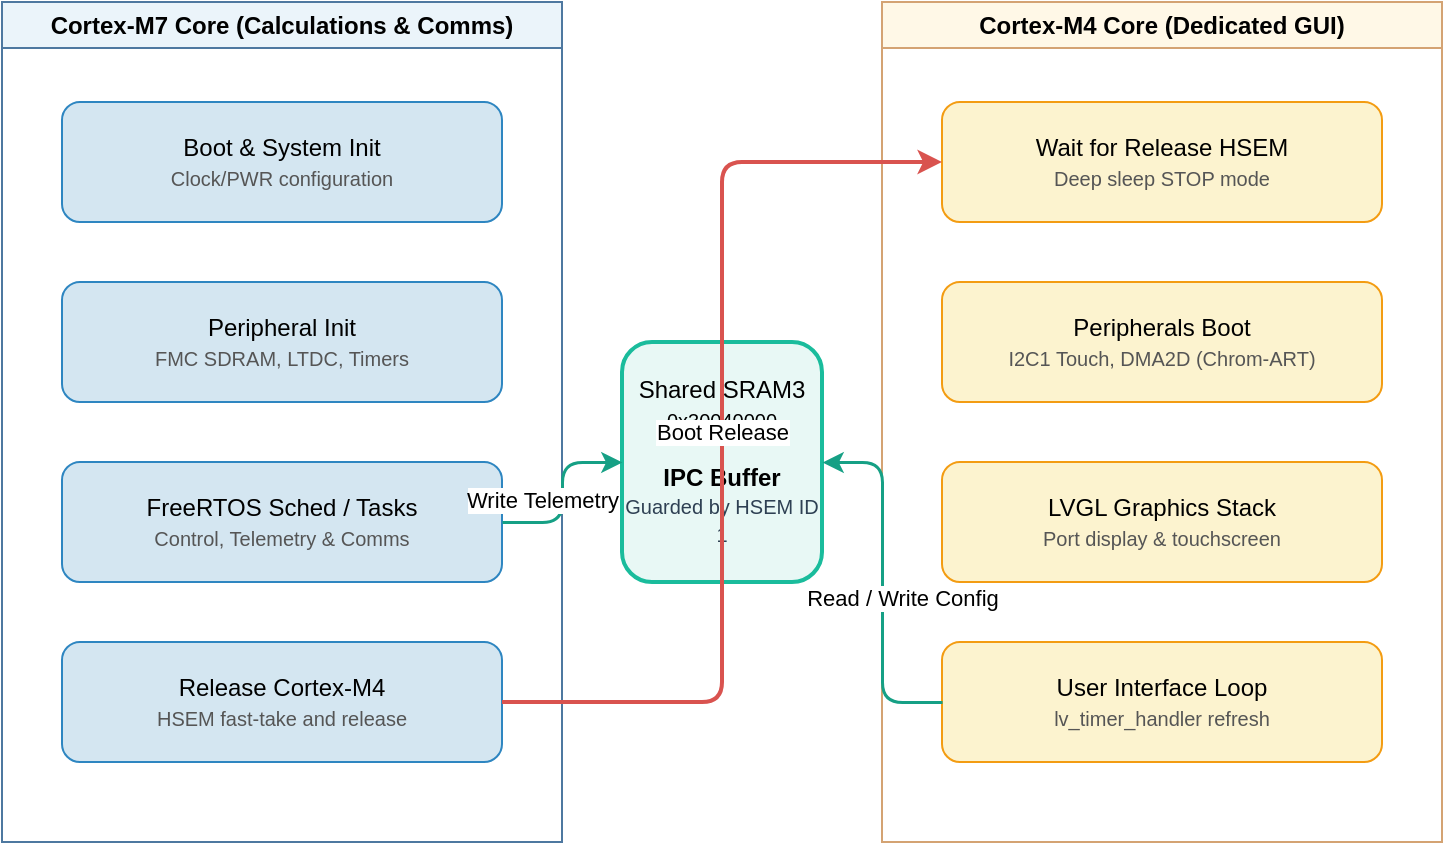
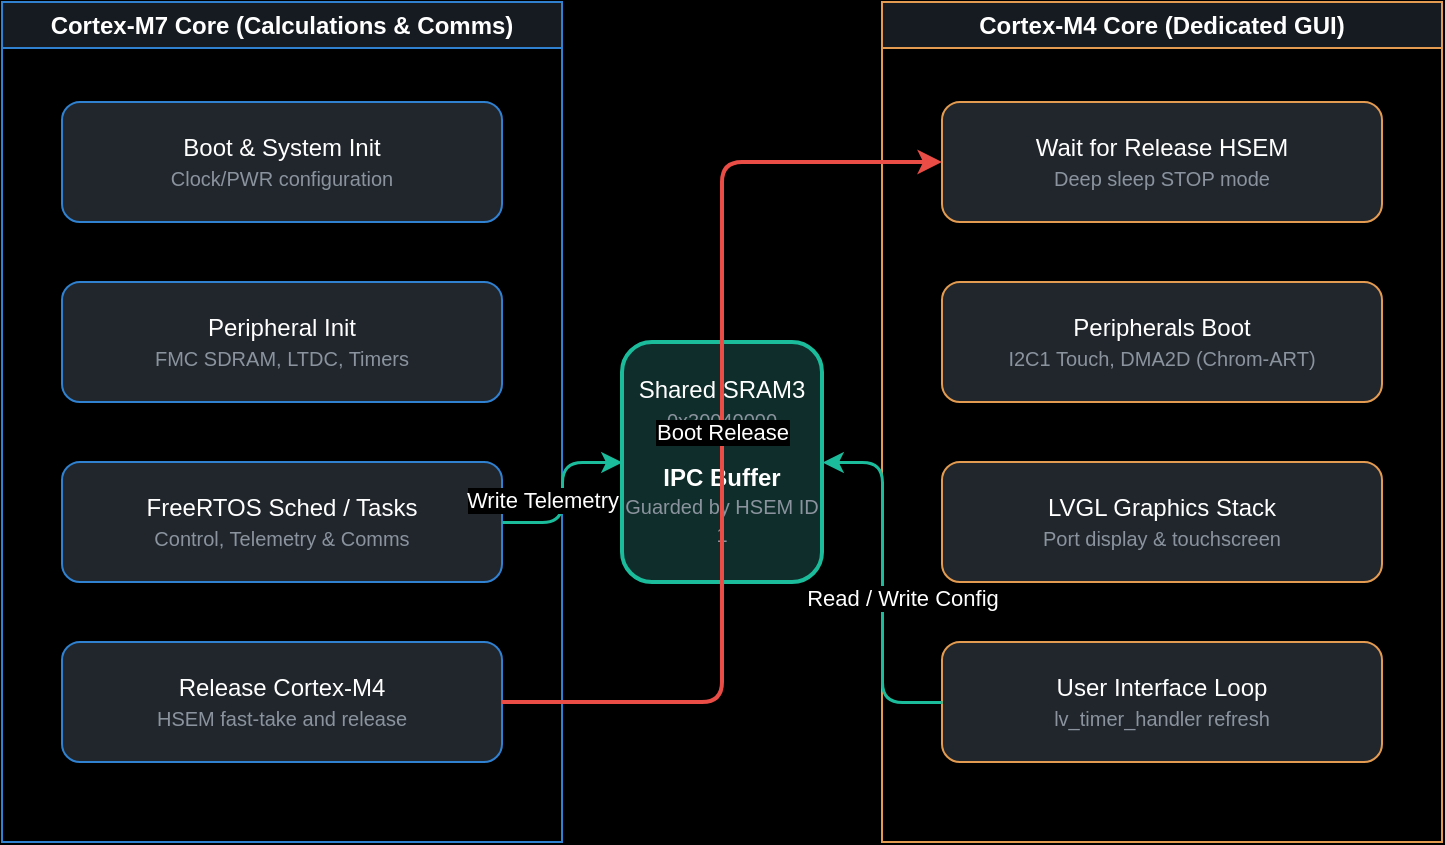
- <mxfile host="Electron" modified="2026-07-02T06:16:00.000Z" agent="5.0" version="20.0.0" type="device">
+ <mxfile host="Electron" modified="2026-07-02T06:17:00.000Z" agent="5.0" version="20.0.0" type="device">
  <diagram id="diag_1" name="STM32H757 Dual-Core Template Architecture">
-     <mxGraphModel dx="1182" dy="725" grid="1" gridSize="10" guides="1" tooltips="1" connect="1" arrows="1" fold="1" page="1" pageScale="1" pageWidth="827" pageHeight="1169" math="0" shadow="0">
+     <mxGraphModel dx="1182" dy="725" grid="1" gridSize="10" guides="1" tooltips="1" connect="1" arrows="1" fold="1" page="1" pageScale="1" pageWidth="827" pageHeight="1169" math="0" shadow="0" background="#000000">
      <root>
        <mxCell id="0" />
        <mxCell id="1" parent="0" />

        <!-- Cortex-M7 swimlane -->
-         <mxCell id="2" value="Cortex-M7 Core (Calculations &amp; Comms)" style="swimlane;whiteSpace=wrap;html=1;startSize=23;fillColor=#EBF4FA;strokeColor=#4E78A0;fontStyle=1;align=center;" vertex="1" parent="1">
+         <mxCell id="2" value="Cortex-M7 Core (Calculations &amp; Comms)" style="swimlane;whiteSpace=wrap;html=1;startSize=23;fillColor=#161B22;strokeColor=#3081D0;fontColor=#FFFFFF;fontStyle=1;align=center;" vertex="1" parent="1">
          <mxGeometry x="40" y="80" width="280" height="420" as="geometry" />
        </mxCell>

-         <mxCell id="5" value="Boot &amp; System Init&lt;br&gt;&lt;font size=&quot;1&quot; color=&quot;#555555&quot;&gt;Clock/PWR configuration&lt;/font&gt;" style="rounded=1;whiteSpace=wrap;html=1;fillColor=#D4E6F1;strokeColor=#2E86C1;align=center;" vertex="1" parent="2">
+         <mxCell id="5" value="Boot &amp; System Init&lt;br&gt;&lt;font size=&quot;1&quot; color=&quot;#8B949E&quot;&gt;Clock/PWR configuration&lt;/font&gt;" style="rounded=1;whiteSpace=wrap;html=1;fillColor=#21262D;strokeColor=#3081D0;fontColor=#FFFFFF;align=center;" vertex="1" parent="2">
          <mxGeometry x="30" y="50" width="220" height="60" as="geometry" />
        </mxCell>

-         <mxCell id="6" value="Peripheral Init&lt;br&gt;&lt;font size=&quot;1&quot; color=&quot;#555555&quot;&gt;FMC SDRAM, LTDC, Timers&lt;/font&gt;" style="rounded=1;whiteSpace=wrap;html=1;fillColor=#D4E6F1;strokeColor=#2E86C1;align=center;" vertex="1" parent="2">
+         <mxCell id="6" value="Peripheral Init&lt;br&gt;&lt;font size=&quot;1&quot; color=&quot;#8B949E&quot;&gt;FMC SDRAM, LTDC, Timers&lt;/font&gt;" style="rounded=1;whiteSpace=wrap;html=1;fillColor=#21262D;strokeColor=#3081D0;fontColor=#FFFFFF;align=center;" vertex="1" parent="2">
          <mxGeometry x="30" y="140" width="220" height="60" as="geometry" />
        </mxCell>

-         <mxCell id="7" value="FreeRTOS Sched / Tasks&lt;br&gt;&lt;font size=&quot;1&quot; color=&quot;#555555&quot;&gt;Control, Telemetry &amp; Comms&lt;/font&gt;" style="rounded=1;whiteSpace=wrap;html=1;fillColor=#D4E6F1;strokeColor=#2E86C1;align=center;" vertex="1" parent="2">
+         <mxCell id="7" value="FreeRTOS Sched / Tasks&lt;br&gt;&lt;font size=&quot;1&quot; color=&quot;#8B949E&quot;&gt;Control, Telemetry &amp; Comms&lt;/font&gt;" style="rounded=1;whiteSpace=wrap;html=1;fillColor=#21262D;strokeColor=#3081D0;fontColor=#FFFFFF;align=center;" vertex="1" parent="2">
          <mxGeometry x="30" y="230" width="220" height="60" as="geometry" />
        </mxCell>

-         <mxCell id="8" value="Release Cortex-M4&lt;br&gt;&lt;font size=&quot;1&quot; color=&quot;#555555&quot;&gt;HSEM fast-take and release&lt;/font&gt;" style="rounded=1;whiteSpace=wrap;html=1;fillColor=#D4E6F1;strokeColor=#2E86C1;align=center;" vertex="1" parent="2">
+         <mxCell id="8" value="Release Cortex-M4&lt;br&gt;&lt;font size=&quot;1&quot; color=&quot;#8B949E&quot;&gt;HSEM fast-take and release&lt;/font&gt;" style="rounded=1;whiteSpace=wrap;html=1;fillColor=#21262D;strokeColor=#3081D0;fontColor=#FFFFFF;align=center;" vertex="1" parent="2">
          <mxGeometry x="30" y="320" width="220" height="60" as="geometry" />
        </mxCell>

        <!-- Cortex-M4 swimlane -->
-         <mxCell id="3" value="Cortex-M4 Core (Dedicated GUI)" style="swimlane;whiteSpace=wrap;html=1;startSize=23;fillColor=#FFF8E7;strokeColor=#D4A373;fontStyle=1;align=center;" vertex="1" parent="1">
+         <mxCell id="3" value="Cortex-M4 Core (Dedicated GUI)" style="swimlane;whiteSpace=wrap;html=1;startSize=23;fillColor=#161B22;strokeColor=#E39B51;fontColor=#FFFFFF;fontStyle=1;align=center;" vertex="1" parent="1">
          <mxGeometry x="480" y="80" width="280" height="420" as="geometry" />
        </mxCell>

-         <mxCell id="9" value="Wait for Release HSEM&lt;br&gt;&lt;font size=&quot;1&quot; color=&quot;#555555&quot;&gt;Deep sleep STOP mode&lt;/font&gt;" style="rounded=1;whiteSpace=wrap;html=1;fillColor=#FCF3CF;strokeColor=#F39C12;align=center;" vertex="1" parent="3">
+         <mxCell id="9" value="Wait for Release HSEM&lt;br&gt;&lt;font size=&quot;1&quot; color=&quot;#8B949E&quot;&gt;Deep sleep STOP mode&lt;/font&gt;" style="rounded=1;whiteSpace=wrap;html=1;fillColor=#21262D;strokeColor=#E39B51;fontColor=#FFFFFF;align=center;" vertex="1" parent="3">
          <mxGeometry x="30" y="50" width="220" height="60" as="geometry" />
        </mxCell>

-         <mxCell id="10" value="Peripherals Boot&lt;br&gt;&lt;font size=&quot;1&quot; color=&quot;#555555&quot;&gt;I2C1 Touch, DMA2D (Chrom-ART)&lt;/font&gt;" style="rounded=1;whiteSpace=wrap;html=1;fillColor=#FCF3CF;strokeColor=#F39C12;align=center;" vertex="1" parent="3">
+         <mxCell id="10" value="Peripherals Boot&lt;br&gt;&lt;font size=&quot;1&quot; color=&quot;#8B949E&quot;&gt;I2C1 Touch, DMA2D (Chrom-ART)&lt;/font&gt;" style="rounded=1;whiteSpace=wrap;html=1;fillColor=#21262D;strokeColor=#E39B51;fontColor=#FFFFFF;align=center;" vertex="1" parent="3">
          <mxGeometry x="30" y="140" width="220" height="60" as="geometry" />
        </mxCell>

-         <mxCell id="11" value="LVGL Graphics Stack&lt;br&gt;&lt;font size=&quot;1&quot; color=&quot;#555555&quot;&gt;Port display &amp; touchscreen&lt;/font&gt;" style="rounded=1;whiteSpace=wrap;html=1;fillColor=#FCF3CF;strokeColor=#F39C12;align=center;" vertex="1" parent="3">
+         <mxCell id="11" value="LVGL Graphics Stack&lt;br&gt;&lt;font size=&quot;1&quot; color=&quot;#8B949E&quot;&gt;Port display &amp; touchscreen&lt;/font&gt;" style="rounded=1;whiteSpace=wrap;html=1;fillColor=#21262D;strokeColor=#E39B51;fontColor=#FFFFFF;align=center;" vertex="1" parent="3">
          <mxGeometry x="30" y="230" width="220" height="60" as="geometry" />
        </mxCell>

-         <mxCell id="12" value="User Interface Loop&lt;br&gt;&lt;font size=&quot;1&quot; color=&quot;#555555&quot;&gt;lv_timer_handler refresh&lt;/font&gt;" style="rounded=1;whiteSpace=wrap;html=1;fillColor=#FCF3CF;strokeColor=#F39C12;align=center;" vertex="1" parent="3">
+         <mxCell id="12" value="User Interface Loop&lt;br&gt;&lt;font size=&quot;1&quot; color=&quot;#8B949E&quot;&gt;lv_timer_handler refresh&lt;/font&gt;" style="rounded=1;whiteSpace=wrap;html=1;fillColor=#21262D;strokeColor=#E39B51;fontColor=#FFFFFF;align=center;" vertex="1" parent="3">
          <mxGeometry x="30" y="320" width="220" height="60" as="geometry" />
        </mxCell>

        <!-- Shared SRAM3 -->
-         <mxCell id="4" value="Shared SRAM3&lt;br&gt;&lt;font size=&quot;1&quot;&gt;0x30040000&lt;/font&gt;&lt;br&gt;&lt;br&gt;&lt;b&gt;IPC Buffer&lt;/b&gt;&lt;br&gt;&lt;font size=&quot;1&quot; color=&quot;#2E4053&quot;&gt;Guarded by HSEM ID 1&lt;/font&gt;" style="rounded=1;whiteSpace=wrap;html=1;fillColor=#E8F8F5;strokeColor=#1ABC9C;strokeWidth=2;align=center;" vertex="1" parent="1">
+         <mxCell id="4" value="Shared SRAM3&lt;br&gt;&lt;font size=&quot;1&quot; color=&quot;#8B949E&quot;&gt;0x30040000&lt;/font&gt;&lt;br&gt;&lt;br&gt;&lt;b&gt;IPC Buffer&lt;/b&gt;&lt;br&gt;&lt;font size=&quot;1&quot; color=&quot;#8B949E&quot;&gt;Guarded by HSEM ID 1&lt;/font&gt;" style="rounded=1;whiteSpace=wrap;html=1;fillColor=#0F2D2A;strokeColor=#1ABC9C;strokeWidth=2;fontColor=#FFFFFF;align=center;" vertex="1" parent="1">
          <mxGeometry x="350" y="250" width="100" height="120" as="geometry" />
        </mxCell>

        <!-- Connectors -->
-         <mxCell id="13" value="Boot Release" style="edgeStyle=orthogonalEdgeStyle;rounded=1;orthogonalLoop=1;jettySize=auto;html=1;strokeWidth=2;strokeColor=#D9534F;labelBackgroundColor=#ffffff;exitX=1;exitY=0.5;exitDx=0;exitDy=0;entryX=0;entryY=0.5;entryDx=0;entryDy=0;" edge="1" parent="1" source="8" target="9">
+         <mxCell id="13" value="Boot Release" style="edgeStyle=orthogonalEdgeStyle;rounded=1;orthogonalLoop=1;jettySize=auto;html=1;strokeWidth=2;strokeColor=#EA4C46;fontColor=#FFFFFF;labelBackgroundColor=#000000;exitX=1;exitY=0.5;exitDx=0;exitDy=0;entryX=0;entryY=0.5;entryDx=0;entryDy=0;" edge="1" parent="1" source="8" target="9">
          <mxGeometry relative="1" as="geometry" />
        </mxCell>

-         <mxCell id="14" value="Write Telemetry" style="edgeStyle=orthogonalEdgeStyle;rounded=1;orthogonalLoop=1;jettySize=auto;html=1;strokeWidth=1.5;strokeColor=#16A085;labelBackgroundColor=#ffffff;exitX=1;exitY=0.5;exitDx=0;exitDy=0;entryX=0;entryY=0.5;entryDx=0;entryDy=0;" edge="1" parent="1" source="7" target="4">
+         <mxCell id="14" value="Write Telemetry" style="edgeStyle=orthogonalEdgeStyle;rounded=1;orthogonalLoop=1;jettySize=auto;html=1;strokeWidth=1.5;strokeColor=#1ABC9C;fontColor=#FFFFFF;labelBackgroundColor=#000000;exitX=1;exitY=0.5;exitDx=0;exitDy=0;entryX=0;entryY=0.5;entryDx=0;entryDy=0;" edge="1" parent="1" source="7" target="4">
          <mxGeometry x="-0.0909" y="10" relative="1" as="geometry">
            <mxPoint as="offset" />
          </mxGeometry>
        </mxCell>

-         <mxCell id="15" value="Read / Write Config" style="edgeStyle=orthogonalEdgeStyle;rounded=1;orthogonalLoop=1;jettySize=auto;html=1;strokeWidth=1.5;strokeColor=#16A085;labelBackgroundColor=#ffffff;exitX=0;exitY=0.5;exitDx=0;exitDy=0;entryX=1;entryY=0.5;entryDx=0;entryDy=0;" edge="1" parent="1" source="12" target="4">
+         <mxCell id="15" value="Read / Write Config" style="edgeStyle=orthogonalEdgeStyle;rounded=1;orthogonalLoop=1;jettySize=auto;html=1;strokeWidth=1.5;strokeColor=#1ABC9C;fontColor=#FFFFFF;labelBackgroundColor=#000000;exitX=0;exitY=0.5;exitDx=0;exitDy=0;entryX=1;entryY=0.5;entryDx=0;entryDy=0;" edge="1" parent="1" source="12" target="4">
          <mxGeometry x="-0.0909" y="-10" relative="1" as="geometry">
            <mxPoint as="offset" />
          </mxGeometry>
        </mxCell>
      </root>
    </mxGraphModel>
  </diagram>
</mxfile>
